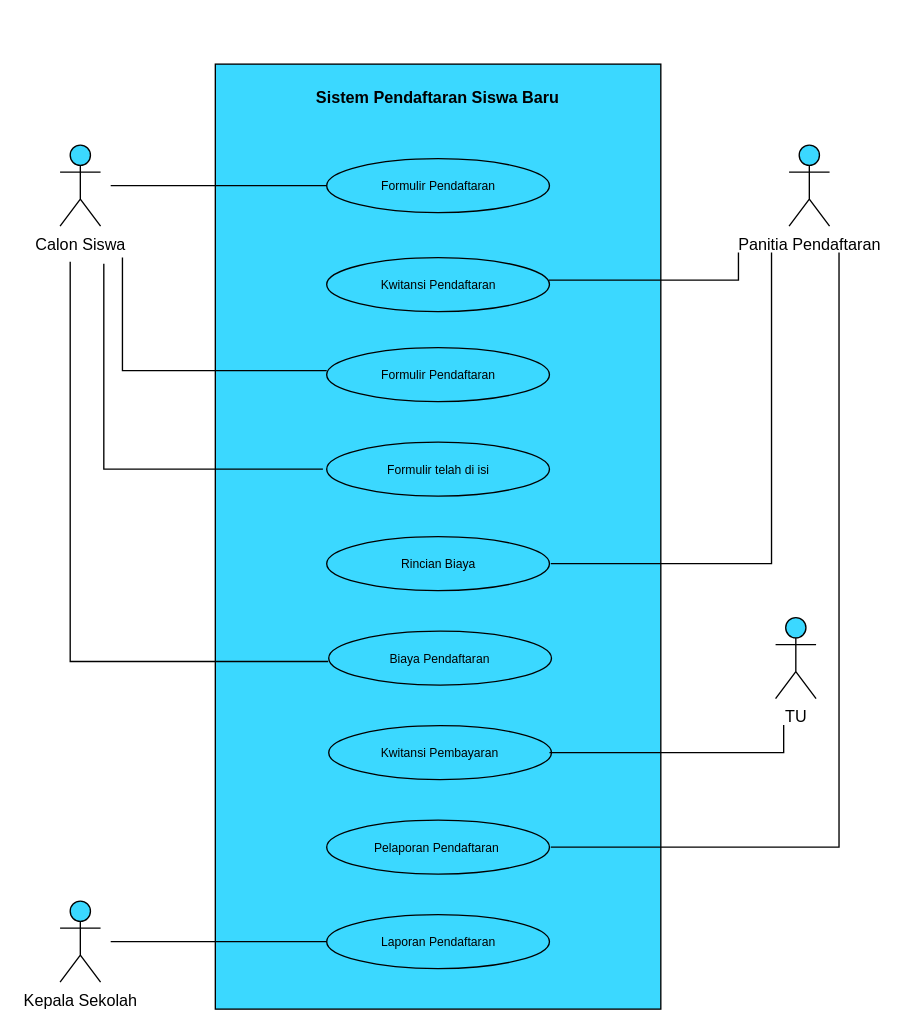
Earlier version of the draw.io diagram Untitled Diagram.drawio (danangsptro/register-vhs). Source tidied: cells renumbered, new cells numbered last; positions are measured from the earlier drawing's top-left corner, leaving out a move shared by most shapes. Both pictures are drawn from the tidied source at 135%, with x=0, y=0 at pixel (-1, 63).
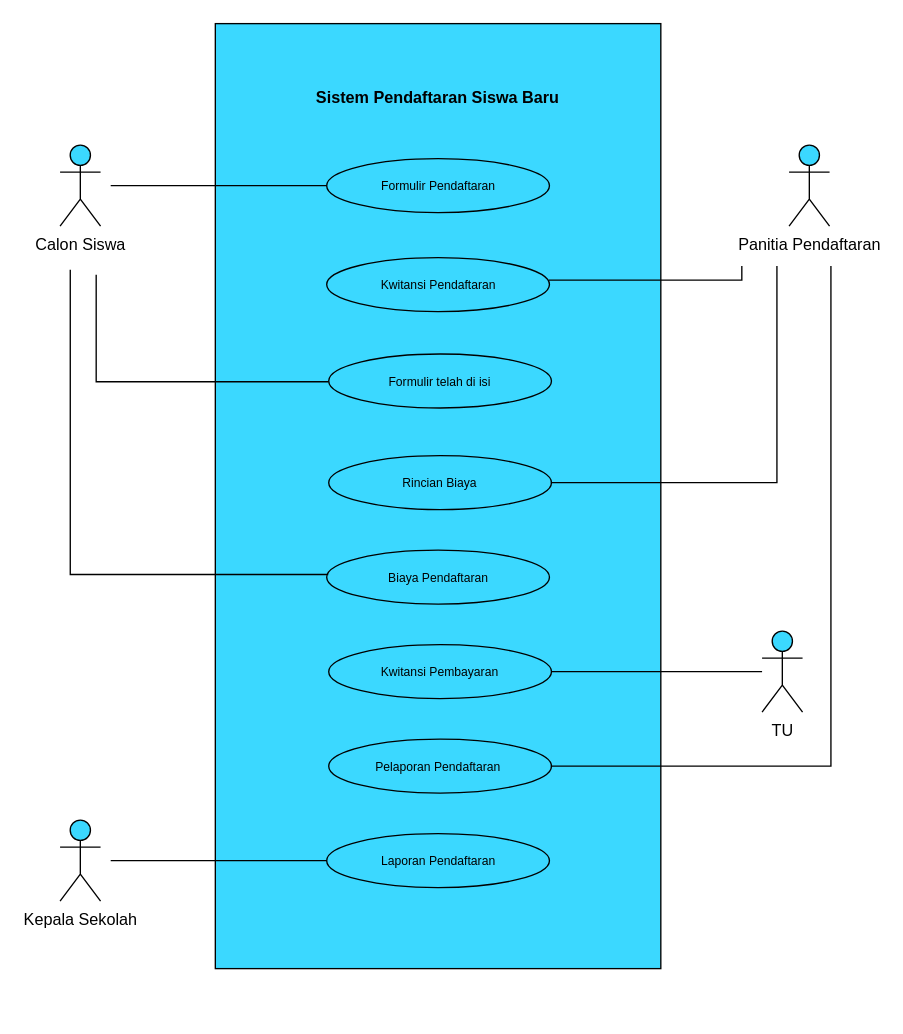
After the change.

The edit, as a diff of the source:
```diff
@@
     <mxCell id="3" style="rounded=0;whiteSpace=wrap;html=1;strokeColor=#000000;fillColor=#3BD8FF;" parent="1" vertex="1">
-      <mxGeometry x="160" width="330" height="700" as="geometry" />
+      <mxGeometry x="160" y="-30" width="330" height="700" as="geometry" />
     </mxCell>
@@
-    <mxCell id="6" value="&lt;font style=&quot;font-size: 9px;&quot;&gt;Formulir Pendaftaran&lt;/font&gt;" style="ellipse;whiteSpace=wrap;html=1;align=center;newEdgeStyle={&quot;edgeStyle&quot;:&quot;entityRelationEdgeStyle&quot;,&quot;startArrow&quot;:&quot;none&quot;,&quot;endArrow&quot;:&quot;none&quot;,&quot;segment&quot;:10,&quot;curved&quot;:1};strokeColor=#000000;fillColor=#3BD8FF;" parent="1" vertex="1">
-      <mxGeometry x="242.5" y="210" width="165" height="40" as="geometry" />
-    </mxCell>
     <mxCell id="7" value="&lt;font style=&quot;font-size: 9px;&quot;&gt;Formulir telah di isi&lt;/font&gt;" style="ellipse;whiteSpace=wrap;html=1;align=center;newEdgeStyle={&quot;edgeStyle&quot;:&quot;entityRelationEdgeStyle&quot;,&quot;startArrow&quot;:&quot;none&quot;,&quot;endArrow&quot;:&quot;none&quot;,&quot;segment&quot;:10,&quot;curved&quot;:1};strokeColor=#000000;fillColor=#3BD8FF;" parent="1" vertex="1">
-      <mxGeometry x="242.5" y="280" width="165" height="40" as="geometry" />
+      <mxGeometry x="244" y="214.7" width="165" height="40" as="geometry" />
     </mxCell>
@@
     <mxCell id="11" value="&lt;font style=&quot;font-size: 9px;&quot;&gt;Rincian Biaya&lt;/font&gt;" style="ellipse;whiteSpace=wrap;html=1;align=center;newEdgeStyle={&quot;edgeStyle&quot;:&quot;entityRelationEdgeStyle&quot;,&quot;startArrow&quot;:&quot;none&quot;,&quot;endArrow&quot;:&quot;none&quot;,&quot;segment&quot;:10,&quot;curved&quot;:1};strokeColor=#000000;fillColor=#3BD8FF;" parent="1" vertex="1">
-      <mxGeometry x="242.5" y="350" width="165" height="40" as="geometry" />
+      <mxGeometry x="244" y="290" width="165" height="40" as="geometry" />
     </mxCell>
     <mxCell id="12" value="&lt;font style=&quot;font-size: 9px;&quot;&gt;Biaya Pendaftaran&lt;/font&gt;" style="ellipse;whiteSpace=wrap;html=1;align=center;newEdgeStyle={&quot;edgeStyle&quot;:&quot;entityRelationEdgeStyle&quot;,&quot;startArrow&quot;:&quot;none&quot;,&quot;endArrow&quot;:&quot;none&quot;,&quot;segment&quot;:10,&quot;curved&quot;:1};strokeColor=#000000;fillColor=#3BD8FF;" parent="1" vertex="1">
-      <mxGeometry x="244" y="420" width="165" height="40" as="geometry" />
+      <mxGeometry x="242.5" y="360" width="165" height="40" as="geometry" />
     </mxCell>
     <mxCell id="13" value="TU" style="shape=umlActor;verticalLabelPosition=bottom;verticalAlign=top;html=1;outlineConnect=0;fillColor=#3BD8FF;" parent="1" vertex="1">
-      <mxGeometry x="575" y="410" width="30" height="60" as="geometry" />
+      <mxGeometry x="565" y="420" width="30" height="60" as="geometry" />
     </mxCell>
     <mxCell id="14" value="&lt;font style=&quot;font-size: 9px;&quot;&gt;Kwitansi Pembayaran&lt;/font&gt;" style="ellipse;whiteSpace=wrap;html=1;align=center;newEdgeStyle={&quot;edgeStyle&quot;:&quot;entityRelationEdgeStyle&quot;,&quot;startArrow&quot;:&quot;none&quot;,&quot;endArrow&quot;:&quot;none&quot;,&quot;segment&quot;:10,&quot;curved&quot;:1};strokeColor=#000000;fillColor=#3BD8FF;" parent="1" vertex="1">
-      <mxGeometry x="244" y="490" width="165" height="40" as="geometry" />
+      <mxGeometry x="244" y="430" width="165" height="40" as="geometry" />
     </mxCell>
     <mxCell id="15" value="&lt;font style=&quot;font-size: 9px;&quot;&gt;Pelaporan Pendaftaran&amp;nbsp;&lt;/font&gt;" style="ellipse;whiteSpace=wrap;html=1;align=center;newEdgeStyle={&quot;edgeStyle&quot;:&quot;entityRelationEdgeStyle&quot;,&quot;startArrow&quot;:&quot;none&quot;,&quot;endArrow&quot;:&quot;none&quot;,&quot;segment&quot;:10,&quot;curved&quot;:1};strokeColor=#000000;fillColor=#3BD8FF;" parent="1" vertex="1">
-      <mxGeometry x="242.5" y="560" width="165" height="40" as="geometry" />
+      <mxGeometry x="244" y="500" width="165" height="40" as="geometry" />
     </mxCell>
     <mxCell id="16" value="&lt;font style=&quot;font-size: 9px;&quot;&gt;Laporan Pendaftaran&lt;/font&gt;" style="ellipse;whiteSpace=wrap;html=1;align=center;newEdgeStyle={&quot;edgeStyle&quot;:&quot;entityRelationEdgeStyle&quot;,&quot;startArrow&quot;:&quot;none&quot;,&quot;endArrow&quot;:&quot;none&quot;,&quot;segment&quot;:10,&quot;curved&quot;:1};strokeColor=#000000;fillColor=#3BD8FF;" parent="1" vertex="1">
-      <mxGeometry x="242.5" y="630" width="165" height="40" as="geometry" />
+      <mxGeometry x="242.5" y="570" width="165" height="40" as="geometry" />
     </mxCell>
     <mxCell id="17" value="Kepala Sekolah" style="shape=umlActor;verticalLabelPosition=bottom;verticalAlign=top;html=1;fillColor=#3BD8FF;" parent="1" vertex="1">
-      <mxGeometry x="45" y="620" width="30" height="60" as="geometry" />
+      <mxGeometry x="45" y="560" width="30" height="60" as="geometry" />
     </mxCell>
     <mxCell id="18" style="line;strokeWidth=1;html=1;perimeter=backbonePerimeter;fontSize=10;fillColor=#3BD8FF;" parent="1" vertex="1">
-      <mxGeometry x="82.5" y="645" width="160" height="10" as="geometry" />
+      <mxGeometry x="82.5" y="585" width="160" height="10" as="geometry" />
     </mxCell>
     <mxCell id="19" style="shape=partialRectangle;whiteSpace=wrap;html=1;bottom=0;right=0;fillColor=none;fontSize=9;strokeColor=#000000;strokeWidth=1;rotation=-180;" parent="1" vertex="1">
-      <mxGeometry x="407.5" y="140" width="140" height="20" as="geometry" />
+      <mxGeometry x="407.5" y="150" width="142.5" height="10" as="geometry" />
     </mxCell>
-    <mxCell id="20" style="shape=partialRectangle;whiteSpace=wrap;html=1;bottom=0;right=0;fillColor=none;fontSize=9;strokeColor=#000000;strokeWidth=1;rotation=-90;" parent="1" vertex="1">
-      <mxGeometry x="125" y="110" width="83.2" height="150.8" as="geometry" />
-    </mxCell>
     <mxCell id="21" style="shape=partialRectangle;whiteSpace=wrap;html=1;bottom=0;right=0;fillColor=none;fontSize=9;strokeColor=#000000;strokeWidth=1;rotation=-90;" parent="1" vertex="1">
-      <mxGeometry x="82.5" y="143.3" width="151.6" height="161.8" as="geometry" />
+      <mxGeometry x="118.2" y="110" width="78.8" height="171.7" as="geometry" />
     </mxCell>
     <mxCell id="22" style="shape=partialRectangle;whiteSpace=wrap;html=1;bottom=0;right=0;fillColor=none;fontSize=9;strokeColor=#000000;strokeWidth=1;rotation=-180;" parent="1" vertex="1">
-      <mxGeometry x="409" y="140" width="163" height="230" as="geometry" />
+      <mxGeometry x="409" y="150" width="167" height="160" as="geometry" />
     </mxCell>
     <mxCell id="23" style="shape=partialRectangle;whiteSpace=wrap;html=1;bottom=0;right=0;fillColor=none;fontSize=9;strokeColor=#000000;strokeWidth=1;rotation=-90;" parent="1" vertex="1">
-      <mxGeometry y="199.4" width="295.6" height="190.6" as="geometry" />
+      <mxGeometry x="35.2" y="170.1" width="225.3" height="190.6" as="geometry" />
     </mxCell>
-    <mxCell id="24" style="shape=partialRectangle;whiteSpace=wrap;html=1;bottom=0;right=0;fillColor=none;fontSize=9;strokeColor=#000000;strokeWidth=1;rotation=-180;" parent="1" vertex="1">
-      <mxGeometry x="408" y="490" width="173" height="20" as="geometry" />
-    </mxCell>
     <mxCell id="25" style="shape=partialRectangle;whiteSpace=wrap;html=1;bottom=0;right=0;fillColor=none;fontSize=9;strokeColor=#000000;strokeWidth=1;rotation=-180;" parent="1" vertex="1">
-      <mxGeometry x="409" y="140" width="213" height="440" as="geometry" />
+      <mxGeometry x="409" y="150" width="207" height="370" as="geometry" />
     </mxCell>
+    <mxCell id="26" style="endArrow=none;html=1;rounded=0;exitX=1;exitY=0.5;exitDx=0;exitDy=0;" parent="1" edge="1" source="14" target="13">
+      <mxGeometry relative="1" as="geometry" />
+    </mxCell>
```
